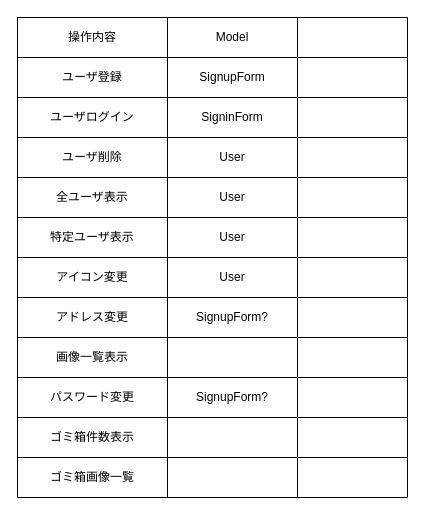
This is page "Mapper" (2 of 2) of ER.drawio from ODEN-t/imagepot, a draw.io file, before an edit. Source tidied: cells renumbered, new cells numbered last; positions are measured from the earlier drawing's top-left corner, leaving out a move shared by most shapes. Both pictures are drawn from the tidied source at 100%, with x=0, y=0 at pixel (17, 17).
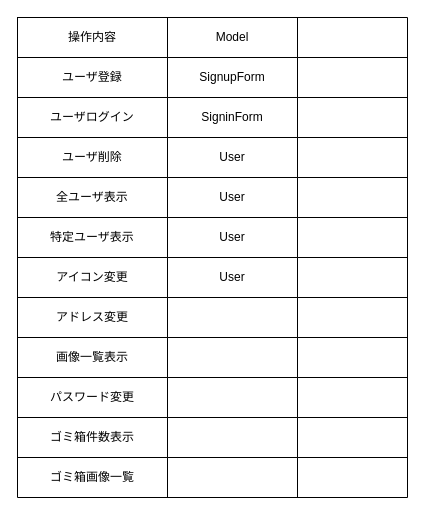
The same page after the edit.

The change refers to these unchanged cells:
```xml
<mxCell id="31" style="shape=partialRectangle;html=1;whiteSpace=wrap;fillColor=none;top=0;left=0;bottom=0;right=0;" parent="2" vertex="1">
  <mxGeometry y="280" width="390" height="40" as="geometry" />
</mxCell>
<mxCell id="39" style="shape=partialRectangle;html=1;whiteSpace=wrap;fillColor=none;top=0;left=0;bottom=0;right=0;" parent="2" vertex="1">
  <mxGeometry y="360" width="390" height="40" as="geometry" />
</mxCell>
```

Change to the diagram source:
```diff
@@
-    <mxCell id="33" value="SignupForm?" style="shape=partialRectangle;html=1;whiteSpace=wrap;fillColor=none;top=0;left=0;bottom=0;right=0;overflow=hidden;" parent="31" vertex="1">
+    <mxCell id="33" style="shape=partialRectangle;html=1;whiteSpace=wrap;fillColor=none;top=0;left=0;bottom=0;right=0;overflow=hidden;" parent="31" vertex="1">
       <mxGeometry x="150" width="130" height="40" as="geometry" />
     </mxCell>
@@
-    <mxCell id="41" value="SignupForm?" style="shape=partialRectangle;html=1;whiteSpace=wrap;fillColor=none;top=0;left=0;bottom=0;right=0;overflow=hidden;" parent="39" vertex="1">
+    <mxCell id="41" style="shape=partialRectangle;html=1;whiteSpace=wrap;fillColor=none;top=0;left=0;bottom=0;right=0;overflow=hidden;" parent="39" vertex="1">
       <mxGeometry x="150" width="130" height="40" as="geometry" />
     </mxCell>
```
